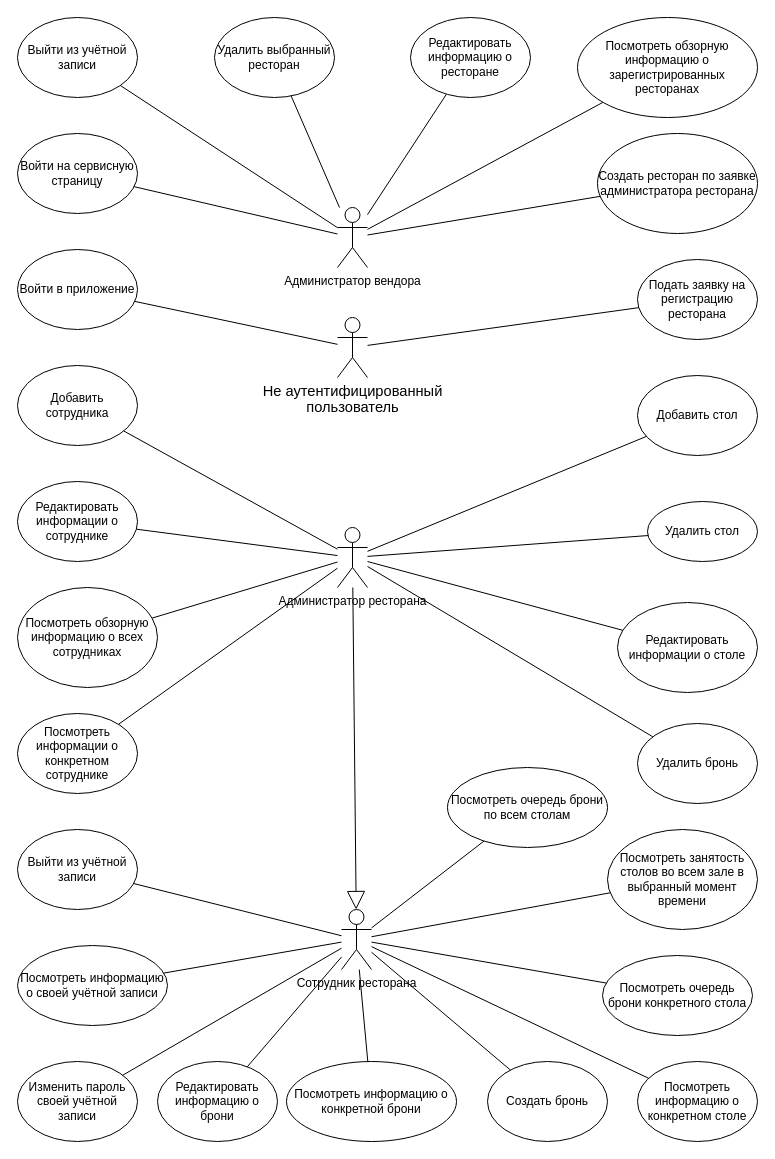
Earlier version of the draw.io diagram testing/spec-testing/other/use-case-restobook.drawio (PavelPutin/labs-4-course). Source tidied: cells renumbered, new cells numbered last; positions are measured from the earlier drawing's top-left corner, leaving out a move shared by most shapes. Both pictures are drawn from the tidied source at 100%, with x=0, y=0 at pixel (17, 17).
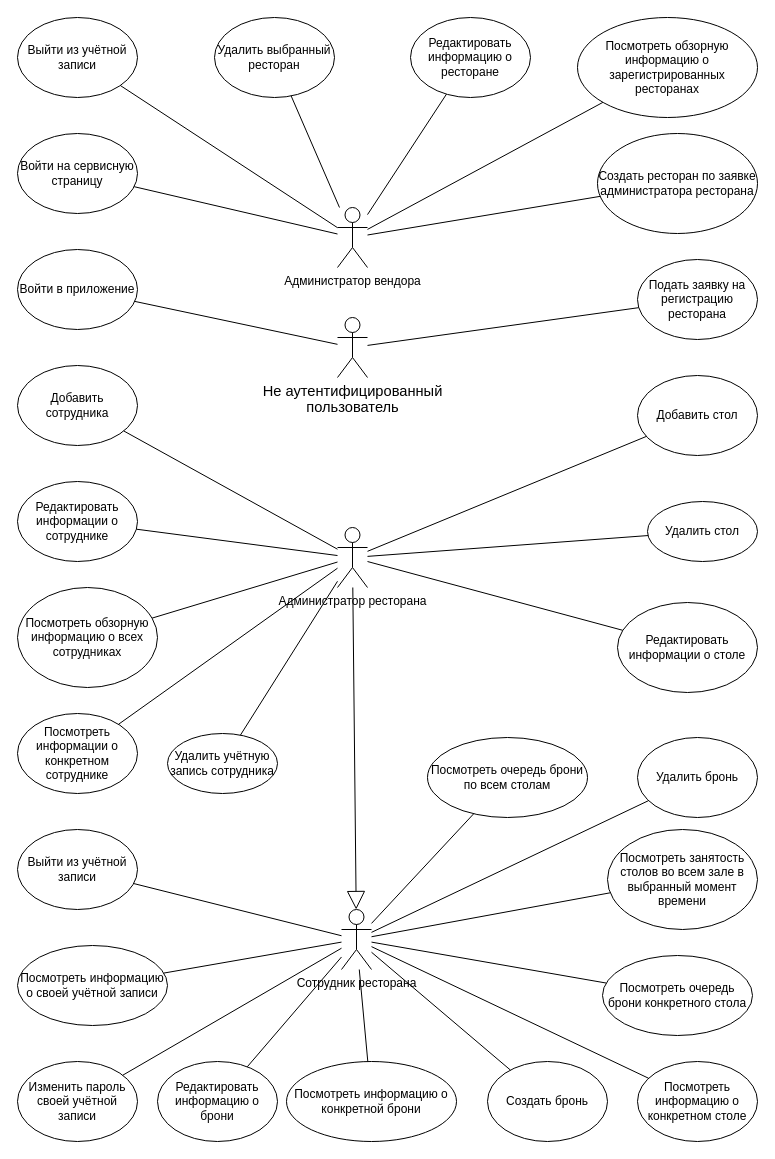
After the change.

Commit message (it also covers changes not shown here):
fix[testing]: add use cases

Unchanged cells that the change refers to:
```xml
<mxCell id="7" value="Администратор ресторана" style="shape=umlActor;verticalLabelPosition=bottom;verticalAlign=top;html=1;outlineConnect=0;" parent="1" vertex="1">
  <mxGeometry x="320" y="510" width="30" height="60" as="geometry" />
</mxCell>
<mxCell id="20" value="&lt;span style=&quot;background-color: rgb(255, 255, 255);&quot;&gt;Сотрудник ресторана&lt;/span&gt;" style="shape=umlActor;verticalLabelPosition=bottom;verticalAlign=top;html=1;outlineConnect=0;" parent="1" vertex="1">
  <mxGeometry x="324" y="892" width="30" height="60" as="geometry" />
</mxCell>
```

Change to the diagram source:
```diff
@@
     <mxCell id="25" value="Посмотреть&amp;nbsp;очередь брони по всем столам" style="ellipse;whiteSpace=wrap;html=1;flipH=1;" parent="1" vertex="1">
-      <mxGeometry x="430" y="750" width="160" height="80" as="geometry" />
+      <mxGeometry x="410" y="720" width="160" height="80" as="geometry" />
     </mxCell>
@@
     <mxCell id="55" value="Удалить бронь" style="ellipse;whiteSpace=wrap;html=1;" parent="1" vertex="1">
-      <mxGeometry x="620" y="706" width="120" height="80" as="geometry" />
+      <mxGeometry x="620" y="720" width="120" height="80" as="geometry" />
     </mxCell>
-    <mxCell id="56" style="edgeStyle=none;jettySize=auto;html=1;rounded=0;endArrow=none;endFill=0;" parent="1" edge="1" source="55" target="7">
+    <mxCell id="56" style="edgeStyle=none;jettySize=auto;html=1;rounded=0;endArrow=none;endFill=0;" parent="1" edge="1" source="55" target="20">
       <mxGeometry relative="1" as="geometry" />
     </mxCell>
@@
+    <mxCell id="59" value="Удалить учётную запись сотрудника" style="ellipse;whiteSpace=wrap;html=1;" parent="1" vertex="1">
+      <mxGeometry x="150" y="716" width="110" height="60" as="geometry" />
+    </mxCell>
+    <mxCell id="60" style="edgeStyle=none;jettySize=auto;html=1;rounded=0;endArrow=none;endFill=0;" parent="1" edge="1" source="59" target="7">
+      <mxGeometry relative="1" as="geometry" />
+    </mxCell>
```
